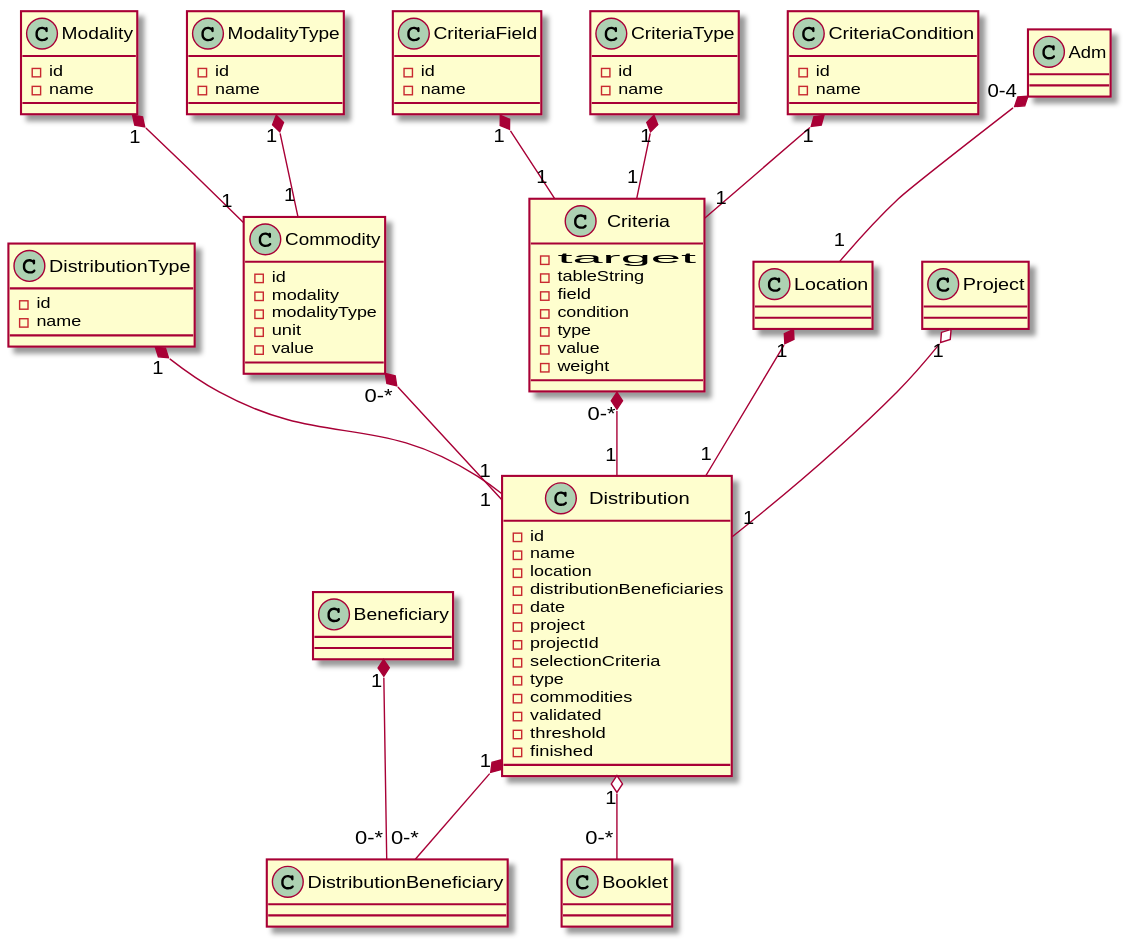
Earlier version of the PlantUML export src/app/models/uml/distribution.svg (ReliefApplications/bms_front).
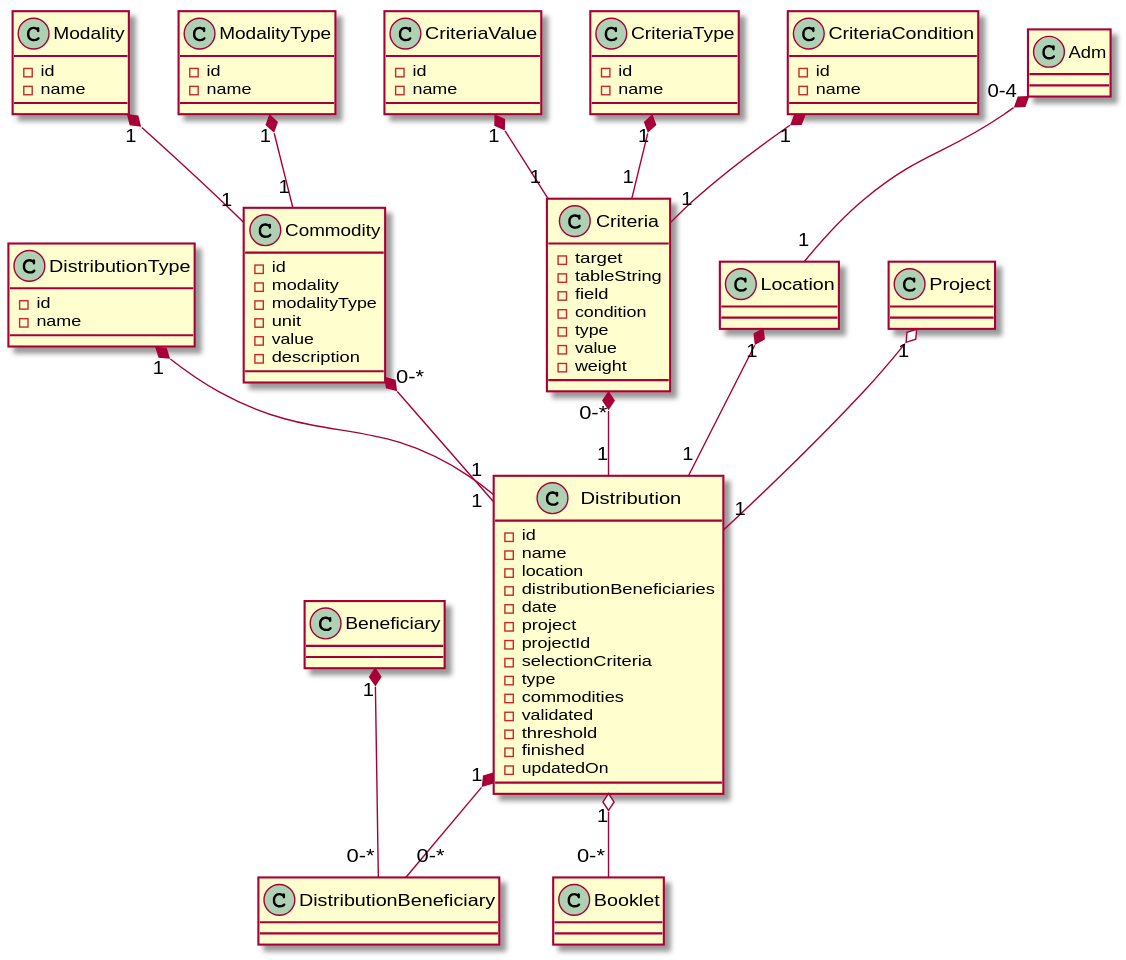
After the commit.

Change to the diagram source:
```diff
@@ -13,6 +13,7 @@
     - validated
     - threshold
     - finished
+    - updatedOn
  }
 
  class DistributionType {
@@ -27,6 +28,7 @@
     - modalityType
     - unit
     - value
+    - description
  }
 
  class Modality {
@@ -50,7 +52,7 @@
 }
 
 
-class CriteriaField {
+class CriteriaValue {
     - id
     - name
 }
@@ -74,7 +76,7 @@
  ModalityType "1" *-- "1" Commodity
 
 
- CriteriaField "1" *-- "1" Criteria
+ CriteriaValue "1" *-- "1" Criteria
  CriteriaCondition "1" *-- "1" Criteria
  CriteriaType "1" *-- "1" Criteria
 
```
